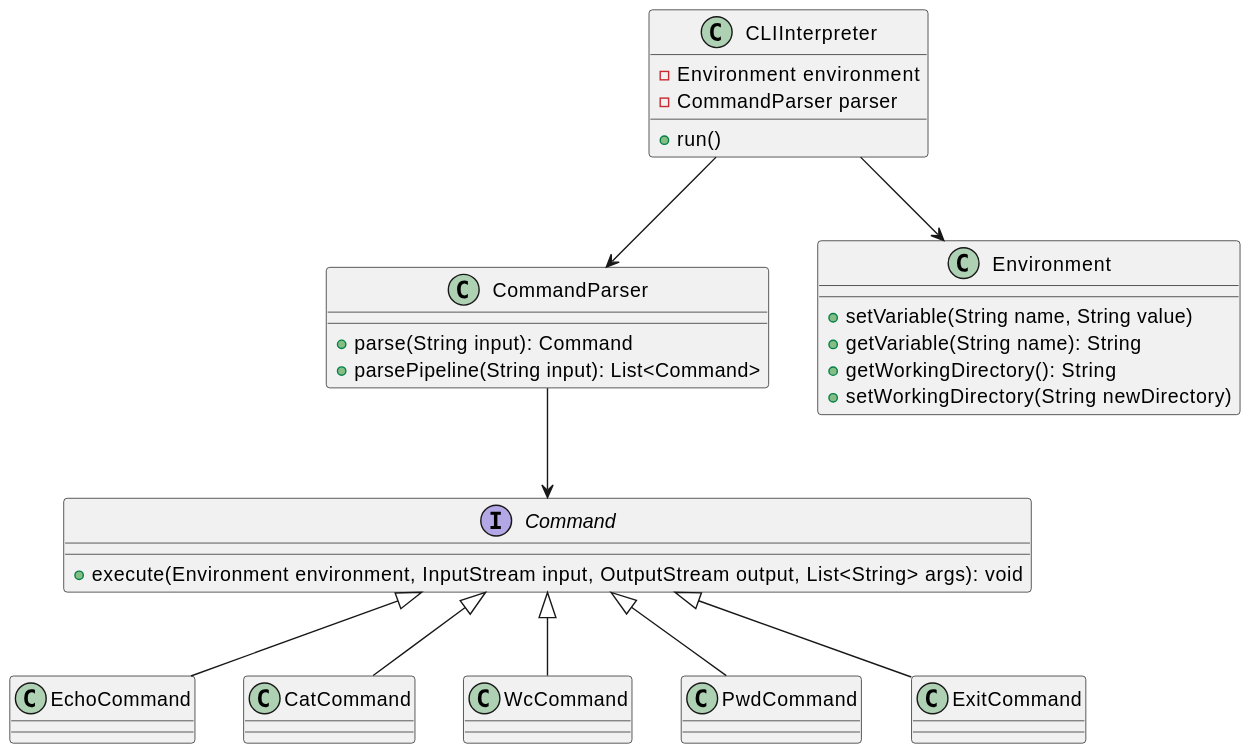
Above: docs/images/classes.svg in itmo-software-design/cli (PlantUML), before the change.
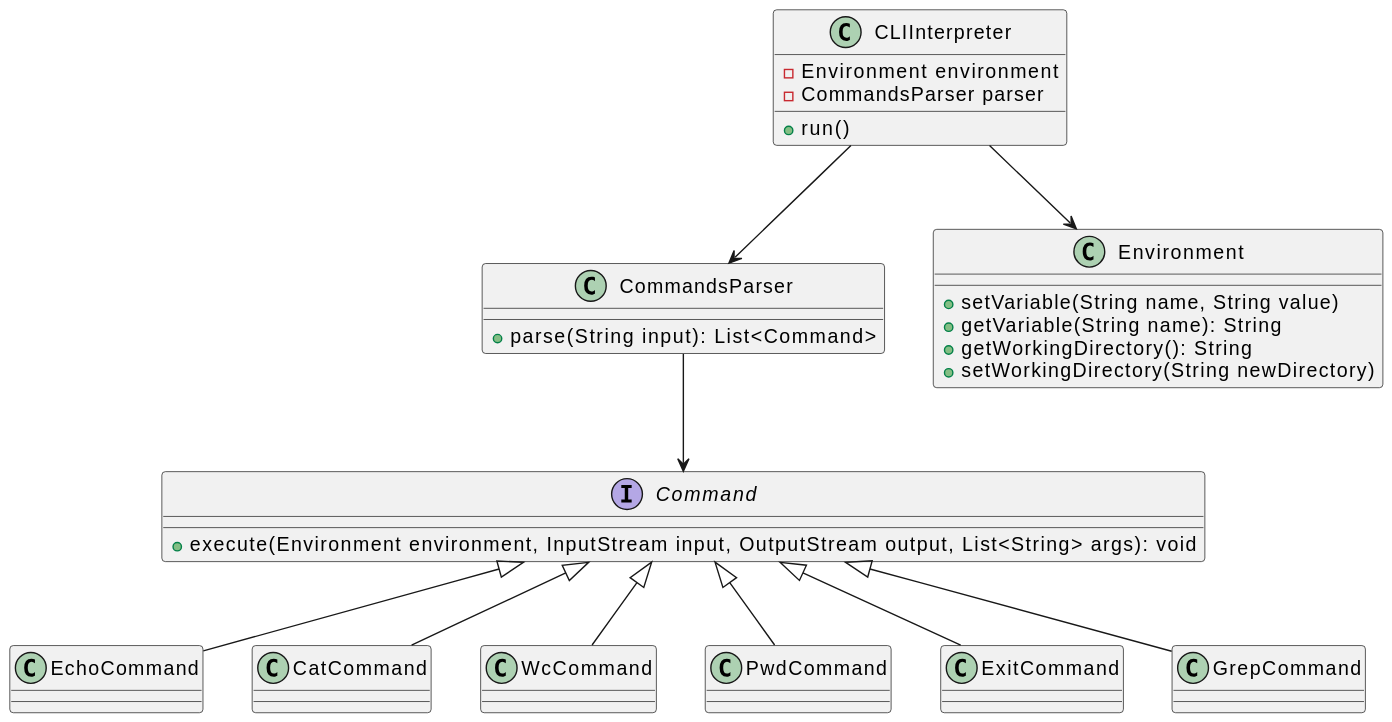
The same diagram one commit later.

Commit message:
Supported Grep command.

Change to the diagram source:
```diff
@@ -1,13 +1,12 @@
 @startuml
 class CLIInterpreter {
     - Environment environment
-    - CommandParser parser
+    - CommandsParser parser
     + run()
 }
 
-class CommandParser {
-    + parse(String input): Command
-    + parsePipeline(String input): List<Command>
+class CommandsParser {
+    + parse(String input): List<Command>
 }
 
 class Environment {
@@ -31,12 +30,15 @@
 
 class ExitCommand
 
-CLIInterpreter --> CommandParser
+class GrepCommand
+
+CLIInterpreter --> CommandsParser
 CLIInterpreter --> Environment
-CommandParser --> Command
+CommandsParser --> Command
 Command <|-- EchoCommand
 Command <|-- CatCommand
 Command <|-- WcCommand
 Command <|-- PwdCommand
 Command <|-- ExitCommand
+Command <|-- GrepCommand
 @enduml
```
